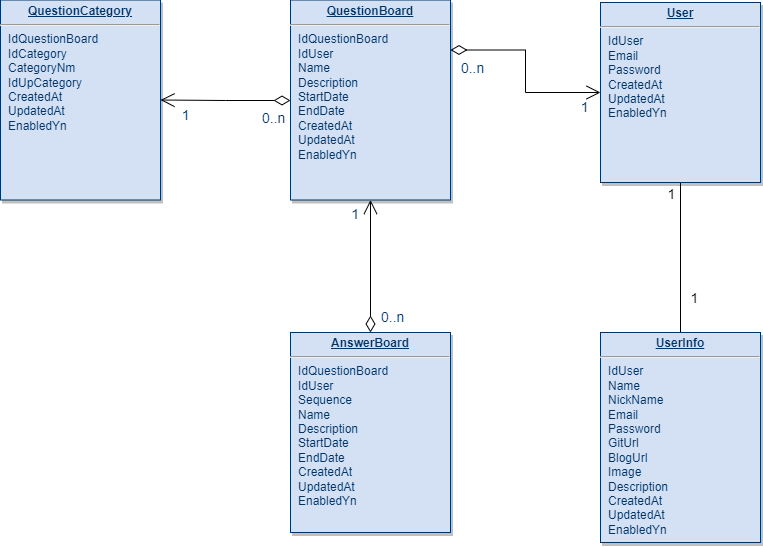
younlll/developer-community-site-project keeps this draw.io diagram as image/Developer_Community_ERD.png. Above is the earlier version. Source tidied: cells renumbered, new cells last; positions are measured from the earlier drawing's top-left corner, leaving out a move shared by most shapes. Source of this version:
```xml
<mxGraphModel>
  <root>
    <mxCell id="0" />
    <mxCell id="1" parent="0" />
    <mxCell id="2" style="edgeStyle=orthogonalEdgeStyle;rounded=0;jettySize=auto;html=1;fontSize=14;endArrow=none;endFill=0;" parent="1" edge="1" source="5" target="14">
      <mxGeometry relative="1" as="geometry" />
    </mxCell>
    <mxCell id="3" value="1" style="edgeLabel;html=1;align=center;verticalAlign=middle;fontSize=14;" parent="2" vertex="1">
      <mxGeometry x="-0.71" relative="1" as="geometry">
        <mxPoint x="-10" y="-10" as="offset" />
      </mxGeometry>
    </mxCell>
    <mxCell id="4" value="1" style="edgeLabel;html=1;align=center;verticalAlign=middle;fontSize=14;" parent="2" vertex="1">
      <mxGeometry x="0.67" relative="1" as="geometry">
        <mxPoint x="13" y="-10" as="offset" />
      </mxGeometry>
    </mxCell>
    <mxCell id="5" value="&lt;p style=&quot;margin: 0px ; margin-top: 4px ; text-align: center ; text-decoration: underline&quot;&gt;&lt;strong&gt;User&lt;/strong&gt;&lt;/p&gt;&lt;hr&gt;&lt;p style=&quot;margin: 0px ; margin-left: 8px&quot;&gt;IdUser&lt;/p&gt;&lt;p style=&quot;margin: 0px ; margin-left: 8px&quot;&gt;&lt;span&gt;Email&lt;/span&gt;&lt;/p&gt;&lt;p style=&quot;margin: 0px ; margin-left: 8px&quot;&gt;Password&lt;/p&gt;&lt;p style=&quot;margin: 0px ; margin-left: 8px&quot;&gt;CreatedAt&lt;/p&gt;&lt;p style=&quot;margin: 0px ; margin-left: 8px&quot;&gt;UpdatedAt&lt;/p&gt;&lt;p style=&quot;margin: 0px ; margin-left: 8px&quot;&gt;EnabledYn&lt;/p&gt;" style="verticalAlign=top;align=left;overflow=fill;fontSize=12;fontFamily=Helvetica;html=1;strokeColor=#003366;shadow=1;fillColor=#D4E1F5;fontColor=#003366;" parent="1" vertex="1">
      <mxGeometry x="600" y="2" width="160" height="180" as="geometry" />
    </mxCell>
    <mxCell id="6" value="&lt;p style=&quot;margin: 0px ; margin-top: 4px ; text-align: center ; text-decoration: underline&quot;&gt;&lt;strong&gt;QuestionBoard&lt;/strong&gt;&lt;/p&gt;&lt;hr&gt;&lt;p style=&quot;margin: 0px ; margin-left: 8px&quot;&gt;IdQuestionBoard&lt;/p&gt;&lt;p style=&quot;margin: 0px ; margin-left: 8px&quot;&gt;IdUser&lt;/p&gt;&lt;p style=&quot;margin: 0px ; margin-left: 8px&quot;&gt;Name&lt;/p&gt;&lt;p style=&quot;margin: 0px ; margin-left: 8px&quot;&gt;Description&lt;/p&gt;&lt;p style=&quot;margin: 0px ; margin-left: 8px&quot;&gt;StartDate&lt;/p&gt;&lt;p style=&quot;margin: 0px ; margin-left: 8px&quot;&gt;EndDate&lt;/p&gt;&lt;p style=&quot;margin: 0px ; margin-left: 8px&quot;&gt;CreatedAt&lt;/p&gt;&lt;p style=&quot;margin: 0px ; margin-left: 8px&quot;&gt;UpdatedAt&lt;/p&gt;&lt;p style=&quot;margin: 0px ; margin-left: 8px&quot;&gt;EnabledYn&lt;/p&gt;" style="verticalAlign=top;align=left;overflow=fill;fontSize=12;fontFamily=Helvetica;html=1;strokeColor=#003366;shadow=1;fillColor=#D4E1F5;fontColor=#003366;" parent="1" vertex="1">
      <mxGeometry x="290" y="-0.5" width="160" height="200" as="geometry" />
    </mxCell>
    <mxCell id="7" style="endArrow=open;endSize=12;startArrow=diamondThin;startSize=14;startFill=0;edgeStyle=orthogonalEdgeStyle;exitX=1;exitY=0.25;rounded=0;" parent="1" edge="1" source="6" target="5">
      <mxGeometry x="769.4" y="450" as="geometry" />
    </mxCell>
    <mxCell id="8" value="0..n" style="align=left;verticalAlign=top;labelBackgroundColor=#ffffff;fontSize=14;strokeColor=#003366;shadow=1;fillColor=#D4E1F5;fontColor=#003366;" parent="7" vertex="1">
      <mxGeometry x="-1" relative="1" as="geometry">
        <mxPoint x="8.9" y="3" as="offset" />
      </mxGeometry>
    </mxCell>
    <mxCell id="9" value="1" style="align=right;verticalAlign=top;labelBackgroundColor=#ffffff;fontSize=14;strokeColor=#003366;shadow=1;fillColor=#D4E1F5;fontColor=#003366;" parent="7" vertex="1">
      <mxGeometry x="1" relative="1" as="geometry">
        <mxPoint x="-10" as="offset" />
      </mxGeometry>
    </mxCell>
    <mxCell id="10" value="&lt;p style=&quot;margin: 0px ; margin-top: 4px ; text-align: center ; text-decoration: underline&quot;&gt;&lt;strong&gt;AnswerBoard&lt;/strong&gt;&lt;/p&gt;&lt;hr&gt;&lt;p style=&quot;margin: 0px ; margin-left: 8px&quot;&gt;IdQuestionBoard&lt;/p&gt;&lt;p style=&quot;margin: 0px ; margin-left: 8px&quot;&gt;IdUser&lt;/p&gt;&lt;p style=&quot;margin: 0px ; margin-left: 8px&quot;&gt;Sequence&lt;/p&gt;&lt;p style=&quot;margin: 0px ; margin-left: 8px&quot;&gt;Name&lt;/p&gt;&lt;p style=&quot;margin: 0px ; margin-left: 8px&quot;&gt;Description&lt;/p&gt;&lt;p style=&quot;margin: 0px ; margin-left: 8px&quot;&gt;StartDate&lt;/p&gt;&lt;p style=&quot;margin: 0px ; margin-left: 8px&quot;&gt;EndDate&lt;/p&gt;&lt;p style=&quot;margin: 0px ; margin-left: 8px&quot;&gt;CreatedAt&lt;/p&gt;&lt;p style=&quot;margin: 0px ; margin-left: 8px&quot;&gt;UpdatedAt&lt;/p&gt;&lt;p style=&quot;margin: 0px ; margin-left: 8px&quot;&gt;EnabledYn&lt;/p&gt;" style="verticalAlign=top;align=left;overflow=fill;fontSize=12;fontFamily=Helvetica;html=1;strokeColor=#003366;shadow=1;fillColor=#D4E1F5;fontColor=#003366;" parent="1" vertex="1">
      <mxGeometry x="290" y="332" width="160" height="200" as="geometry" />
    </mxCell>
    <mxCell id="11" style="endArrow=open;endSize=12;startArrow=diamondThin;startSize=14;startFill=0;edgeStyle=orthogonalEdgeStyle;rounded=0;exitX=0.5;exitY=0;exitDx=0;exitDy=0;" parent="1" edge="1" source="10" target="6">
      <mxGeometry x="749.4" y="752.5" as="geometry">
        <Array as="points">
          <mxPoint x="370" y="332" />
          <mxPoint x="370" y="332" />
        </Array>
      </mxGeometry>
    </mxCell>
    <mxCell id="12" value="0..n" style="align=left;verticalAlign=top;labelBackgroundColor=#ffffff;fontSize=14;strokeColor=#003366;shadow=1;fillColor=#D4E1F5;fontColor=#003366;" parent="11" vertex="1">
      <mxGeometry x="-1" relative="1" as="geometry">
        <mxPoint x="9" y="-30" as="offset" />
      </mxGeometry>
    </mxCell>
    <mxCell id="13" value="1" style="align=right;verticalAlign=top;labelBackgroundColor=#ffffff;fontSize=14;strokeColor=#003366;shadow=1;fillColor=#D4E1F5;fontColor=#003366;" parent="11" vertex="1">
      <mxGeometry x="1" relative="1" as="geometry">
        <mxPoint x="-10" as="offset" />
      </mxGeometry>
    </mxCell>
    <mxCell id="14" value="&lt;p style=&quot;margin: 0px ; margin-top: 4px ; text-align: center ; text-decoration: underline&quot;&gt;&lt;strong&gt;UserInfo&lt;/strong&gt;&lt;/p&gt;&lt;hr&gt;&lt;p style=&quot;margin: 0px ; margin-left: 8px&quot;&gt;IdUser&lt;/p&gt;&lt;p style=&quot;margin: 0px ; margin-left: 8px&quot;&gt;Name&lt;/p&gt;&lt;p style=&quot;margin: 0px ; margin-left: 8px&quot;&gt;NickName&lt;br&gt;&lt;/p&gt;&lt;p style=&quot;margin: 0px ; margin-left: 8px&quot;&gt;Email&lt;/p&gt;&lt;p style=&quot;margin: 0px ; margin-left: 8px&quot;&gt;Password&lt;/p&gt;&lt;p style=&quot;margin: 0px ; margin-left: 8px&quot;&gt;GitUrl&lt;/p&gt;&lt;p style=&quot;margin: 0px ; margin-left: 8px&quot;&gt;BlogUrl&lt;/p&gt;&lt;p style=&quot;margin: 0px ; margin-left: 8px&quot;&gt;Image&lt;/p&gt;&lt;p style=&quot;margin: 0px ; margin-left: 8px&quot;&gt;Description&lt;/p&gt;&lt;p style=&quot;margin: 0px ; margin-left: 8px&quot;&gt;CreatedAt&lt;/p&gt;&lt;p style=&quot;margin: 0px ; margin-left: 8px&quot;&gt;UpdatedAt&lt;/p&gt;&lt;p style=&quot;margin: 0px ; margin-left: 8px&quot;&gt;EnabledYn&lt;/p&gt;" style="verticalAlign=top;align=left;overflow=fill;fontSize=12;fontFamily=Helvetica;html=1;strokeColor=#003366;shadow=1;fillColor=#D4E1F5;fontColor=#003366;" parent="1" vertex="1">
      <mxGeometry x="600" y="332" width="160" height="210" as="geometry" />
    </mxCell>
    <mxCell id="15" value="&lt;p style=&quot;margin: 0px ; margin-top: 4px ; text-align: center ; text-decoration: underline&quot;&gt;&lt;strong&gt;QuestionCategory&lt;/strong&gt;&lt;/p&gt;&lt;hr&gt;&lt;p style=&quot;margin: 0px ; margin-left: 8px&quot;&gt;IdQuestionBoard&lt;/p&gt;&lt;p style=&quot;margin: 0px ; margin-left: 8px&quot;&gt;IdCategory&lt;/p&gt;&lt;p style=&quot;margin: 0px ; margin-left: 8px&quot;&gt;CategoryNm&lt;/p&gt;&lt;p style=&quot;margin: 0px ; margin-left: 8px&quot;&gt;IdUpCategory&lt;/p&gt;&lt;p style=&quot;margin: 0px ; margin-left: 8px&quot;&gt;CreatedAt&lt;/p&gt;&lt;p style=&quot;margin: 0px ; margin-left: 8px&quot;&gt;UpdatedAt&lt;/p&gt;&lt;p style=&quot;margin: 0px ; margin-left: 8px&quot;&gt;EnabledYn&lt;/p&gt;" style="verticalAlign=top;align=left;overflow=fill;fontSize=12;fontFamily=Helvetica;html=1;strokeColor=#003366;shadow=1;fillColor=#D4E1F5;fontColor=#003366;" parent="1" vertex="1">
      <mxGeometry y="-0.5" width="160" height="200" as="geometry" />
    </mxCell>
    <mxCell id="16" style="endArrow=open;endSize=12;startArrow=diamondThin;startSize=14;startFill=0;edgeStyle=orthogonalEdgeStyle;rounded=0;" parent="1" edge="1" target="15">
      <mxGeometry x="779.4" y="460" as="geometry">
        <mxPoint x="290" y="100" as="sourcePoint" />
      </mxGeometry>
    </mxCell>
    <mxCell id="17" value="0..n" style="align=left;verticalAlign=top;labelBackgroundColor=#ffffff;fontSize=14;strokeColor=#003366;shadow=1;fillColor=#D4E1F5;fontColor=#003366;" parent="16" vertex="1">
      <mxGeometry x="-1" relative="1" as="geometry">
        <mxPoint x="-30" y="3" as="offset" />
      </mxGeometry>
    </mxCell>
    <mxCell id="18" value="1" style="align=right;verticalAlign=top;labelBackgroundColor=#ffffff;fontSize=14;strokeColor=#003366;shadow=1;fillColor=#D4E1F5;fontColor=#003366;" parent="16" vertex="1">
      <mxGeometry x="1" relative="1" as="geometry">
        <mxPoint x="30" as="offset" />
      </mxGeometry>
    </mxCell>
  </root>
</mxGraphModel>
```
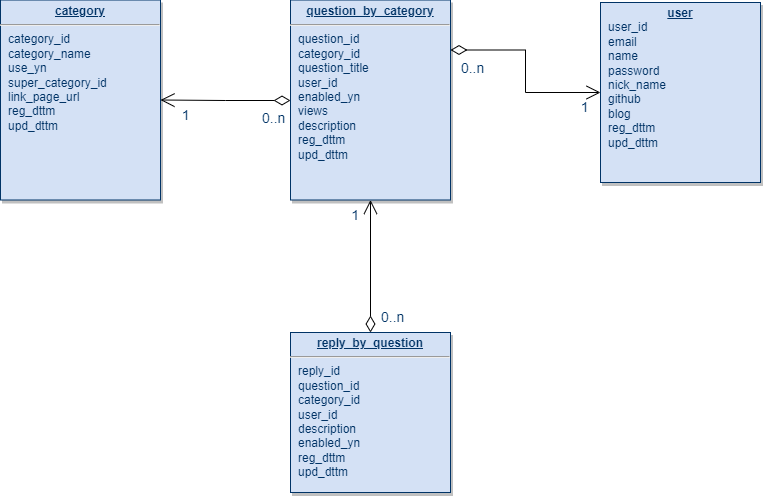
The same diagram one commit later.

Change to the diagram source:
```diff
@@ -2,23 +2,10 @@
   <root>
     <mxCell id="0" />
     <mxCell id="1" parent="0" />
-    <mxCell id="2" style="edgeStyle=orthogonalEdgeStyle;rounded=0;jettySize=auto;html=1;fontSize=14;endArrow=none;endFill=0;" parent="1" edge="1" source="5" target="14">
-      <mxGeometry relative="1" as="geometry" />
-    </mxCell>
-    <mxCell id="3" value="1" style="edgeLabel;html=1;align=center;verticalAlign=middle;fontSize=14;" parent="2" vertex="1">
-      <mxGeometry x="-0.71" relative="1" as="geometry">
-        <mxPoint x="-10" y="-10" as="offset" />
-      </mxGeometry>
-    </mxCell>
-    <mxCell id="4" value="1" style="edgeLabel;html=1;align=center;verticalAlign=middle;fontSize=14;" parent="2" vertex="1">
-      <mxGeometry x="0.67" relative="1" as="geometry">
-        <mxPoint x="13" y="-10" as="offset" />
-      </mxGeometry>
-    </mxCell>
-    <mxCell id="5" value="&lt;p style=&quot;margin: 0px ; margin-top: 4px ; text-align: center ; text-decoration: underline&quot;&gt;&lt;strong&gt;User&lt;/strong&gt;&lt;/p&gt;&lt;hr&gt;&lt;p style=&quot;margin: 0px ; margin-left: 8px&quot;&gt;IdUser&lt;/p&gt;&lt;p style=&quot;margin: 0px ; margin-left: 8px&quot;&gt;&lt;span&gt;Email&lt;/span&gt;&lt;/p&gt;&lt;p style=&quot;margin: 0px ; margin-left: 8px&quot;&gt;Password&lt;/p&gt;&lt;p style=&quot;margin: 0px ; margin-left: 8px&quot;&gt;CreatedAt&lt;/p&gt;&lt;p style=&quot;margin: 0px ; margin-left: 8px&quot;&gt;UpdatedAt&lt;/p&gt;&lt;p style=&quot;margin: 0px ; margin-left: 8px&quot;&gt;EnabledYn&lt;/p&gt;" style="verticalAlign=top;align=left;overflow=fill;fontSize=12;fontFamily=Helvetica;html=1;strokeColor=#003366;shadow=1;fillColor=#D4E1F5;fontColor=#003366;" parent="1" vertex="1">
+    <mxCell id="5" value="&lt;p style=&quot;margin: 0px ; margin-top: 4px ; text-align: center ; text-decoration: underline&quot;&gt;&lt;strong&gt;user&lt;/strong&gt;&lt;/p&gt;&lt;p style=&quot;margin: 0px ; margin-left: 8px&quot;&gt;user_id&lt;/p&gt;&lt;p style=&quot;margin: 0px ; margin-left: 8px&quot;&gt;email&lt;/p&gt;&lt;p style=&quot;margin: 0px ; margin-left: 8px&quot;&gt;name&lt;/p&gt;&lt;p style=&quot;margin: 0px ; margin-left: 8px&quot;&gt;password&lt;/p&gt;&lt;p style=&quot;margin: 0px ; margin-left: 8px&quot;&gt;nick_name&lt;/p&gt;&lt;p style=&quot;margin: 0px ; margin-left: 8px&quot;&gt;github&lt;/p&gt;&lt;p style=&quot;margin: 0px ; margin-left: 8px&quot;&gt;blog&lt;/p&gt;&lt;p style=&quot;margin: 0px ; margin-left: 8px&quot;&gt;reg_dttm&lt;/p&gt;&lt;p style=&quot;margin: 0px ; margin-left: 8px&quot;&gt;upd_dttm&lt;/p&gt;" style="verticalAlign=top;align=left;overflow=fill;fontSize=12;fontFamily=Helvetica;html=1;strokeColor=#003366;shadow=1;fillColor=#D4E1F5;fontColor=#003366;" parent="1" vertex="1">
       <mxGeometry x="600" y="2" width="160" height="180" as="geometry" />
     </mxCell>
-    <mxCell id="6" value="&lt;p style=&quot;margin: 0px ; margin-top: 4px ; text-align: center ; text-decoration: underline&quot;&gt;&lt;strong&gt;QuestionBoard&lt;/strong&gt;&lt;/p&gt;&lt;hr&gt;&lt;p style=&quot;margin: 0px ; margin-left: 8px&quot;&gt;IdQuestionBoard&lt;/p&gt;&lt;p style=&quot;margin: 0px ; margin-left: 8px&quot;&gt;IdUser&lt;/p&gt;&lt;p style=&quot;margin: 0px ; margin-left: 8px&quot;&gt;Name&lt;/p&gt;&lt;p style=&quot;margin: 0px ; margin-left: 8px&quot;&gt;Description&lt;/p&gt;&lt;p style=&quot;margin: 0px ; margin-left: 8px&quot;&gt;StartDate&lt;/p&gt;&lt;p style=&quot;margin: 0px ; margin-left: 8px&quot;&gt;EndDate&lt;/p&gt;&lt;p style=&quot;margin: 0px ; margin-left: 8px&quot;&gt;CreatedAt&lt;/p&gt;&lt;p style=&quot;margin: 0px ; margin-left: 8px&quot;&gt;UpdatedAt&lt;/p&gt;&lt;p style=&quot;margin: 0px ; margin-left: 8px&quot;&gt;EnabledYn&lt;/p&gt;" style="verticalAlign=top;align=left;overflow=fill;fontSize=12;fontFamily=Helvetica;html=1;strokeColor=#003366;shadow=1;fillColor=#D4E1F5;fontColor=#003366;" parent="1" vertex="1">
+    <mxCell id="6" value="&lt;p style=&quot;margin: 0px ; margin-top: 4px ; text-align: center ; text-decoration: underline&quot;&gt;&lt;b&gt;question_by_category&lt;/b&gt;&lt;/p&gt;&lt;hr&gt;&lt;p style=&quot;margin: 0px ; margin-left: 8px&quot;&gt;question_id&lt;/p&gt;&lt;p style=&quot;margin: 0px ; margin-left: 8px&quot;&gt;category_id&lt;/p&gt;&lt;p style=&quot;margin: 0px ; margin-left: 8px&quot;&gt;question_title&lt;/p&gt;&lt;p style=&quot;margin: 0px ; margin-left: 8px&quot;&gt;user_id&lt;/p&gt;&lt;p style=&quot;margin: 0px ; margin-left: 8px&quot;&gt;enabled_yn&lt;/p&gt;&lt;p style=&quot;margin: 0px ; margin-left: 8px&quot;&gt;views&lt;/p&gt;&lt;p style=&quot;margin: 0px ; margin-left: 8px&quot;&gt;description&lt;/p&gt;&lt;p style=&quot;margin: 0px ; margin-left: 8px&quot;&gt;reg_dttm&lt;/p&gt;&lt;p style=&quot;margin: 0px ; margin-left: 8px&quot;&gt;upd_dttm&lt;/p&gt;" style="verticalAlign=top;align=left;overflow=fill;fontSize=12;fontFamily=Helvetica;html=1;strokeColor=#003366;shadow=1;fillColor=#D4E1F5;fontColor=#003366;" parent="1" vertex="1">
       <mxGeometry x="290" y="-0.5" width="160" height="200" as="geometry" />
     </mxCell>
     <mxCell id="7" style="endArrow=open;endSize=12;startArrow=diamondThin;startSize=14;startFill=0;edgeStyle=orthogonalEdgeStyle;exitX=1;exitY=0.25;rounded=0;" parent="1" edge="1" source="6" target="5">
@@ -34,8 +21,8 @@
         <mxPoint x="-10" as="offset" />
       </mxGeometry>
     </mxCell>
-    <mxCell id="10" value="&lt;p style=&quot;margin: 0px ; margin-top: 4px ; text-align: center ; text-decoration: underline&quot;&gt;&lt;strong&gt;AnswerBoard&lt;/strong&gt;&lt;/p&gt;&lt;hr&gt;&lt;p style=&quot;margin: 0px ; margin-left: 8px&quot;&gt;IdQuestionBoard&lt;/p&gt;&lt;p style=&quot;margin: 0px ; margin-left: 8px&quot;&gt;IdUser&lt;/p&gt;&lt;p style=&quot;margin: 0px ; margin-left: 8px&quot;&gt;Sequence&lt;/p&gt;&lt;p style=&quot;margin: 0px ; margin-left: 8px&quot;&gt;Name&lt;/p&gt;&lt;p style=&quot;margin: 0px ; margin-left: 8px&quot;&gt;Description&lt;/p&gt;&lt;p style=&quot;margin: 0px ; margin-left: 8px&quot;&gt;StartDate&lt;/p&gt;&lt;p style=&quot;margin: 0px ; margin-left: 8px&quot;&gt;EndDate&lt;/p&gt;&lt;p style=&quot;margin: 0px ; margin-left: 8px&quot;&gt;CreatedAt&lt;/p&gt;&lt;p style=&quot;margin: 0px ; margin-left: 8px&quot;&gt;UpdatedAt&lt;/p&gt;&lt;p style=&quot;margin: 0px ; margin-left: 8px&quot;&gt;EnabledYn&lt;/p&gt;" style="verticalAlign=top;align=left;overflow=fill;fontSize=12;fontFamily=Helvetica;html=1;strokeColor=#003366;shadow=1;fillColor=#D4E1F5;fontColor=#003366;" parent="1" vertex="1">
-      <mxGeometry x="290" y="332" width="160" height="200" as="geometry" />
+    <mxCell id="10" value="&lt;p style=&quot;margin: 0px ; margin-top: 4px ; text-align: center ; text-decoration: underline&quot;&gt;&lt;strong&gt;reply_by_question&lt;/strong&gt;&lt;/p&gt;&lt;hr&gt;&lt;p style=&quot;margin: 0px ; margin-left: 8px&quot;&gt;reply_id&lt;/p&gt;&lt;p style=&quot;margin: 0px ; margin-left: 8px&quot;&gt;question_id&lt;/p&gt;&lt;p style=&quot;margin: 0px ; margin-left: 8px&quot;&gt;category_id&lt;/p&gt;&lt;p style=&quot;margin: 0px ; margin-left: 8px&quot;&gt;user_id&lt;/p&gt;&lt;p style=&quot;margin: 0px ; margin-left: 8px&quot;&gt;description&lt;/p&gt;&lt;p style=&quot;margin: 0px ; margin-left: 8px&quot;&gt;enabled_yn&lt;/p&gt;&lt;p style=&quot;margin: 0px ; margin-left: 8px&quot;&gt;reg_dttm&lt;/p&gt;&lt;p style=&quot;margin: 0px ; margin-left: 8px&quot;&gt;upd_dttm&lt;/p&gt;" style="verticalAlign=top;align=left;overflow=fill;fontSize=12;fontFamily=Helvetica;html=1;strokeColor=#003366;shadow=1;fillColor=#D4E1F5;fontColor=#003366;" parent="1" vertex="1">
+      <mxGeometry x="290" y="332" width="160" height="160" as="geometry" />
     </mxCell>
     <mxCell id="11" style="endArrow=open;endSize=12;startArrow=diamondThin;startSize=14;startFill=0;edgeStyle=orthogonalEdgeStyle;rounded=0;exitX=0.5;exitY=0;exitDx=0;exitDy=0;" parent="1" edge="1" source="10" target="6">
       <mxGeometry x="749.4" y="752.5" as="geometry">
@@ -55,10 +42,7 @@
         <mxPoint x="-10" as="offset" />
       </mxGeometry>
     </mxCell>
-    <mxCell id="14" value="&lt;p style=&quot;margin: 0px ; margin-top: 4px ; text-align: center ; text-decoration: underline&quot;&gt;&lt;strong&gt;UserInfo&lt;/strong&gt;&lt;/p&gt;&lt;hr&gt;&lt;p style=&quot;margin: 0px ; margin-left: 8px&quot;&gt;IdUser&lt;/p&gt;&lt;p style=&quot;margin: 0px ; margin-left: 8px&quot;&gt;Name&lt;/p&gt;&lt;p style=&quot;margin: 0px ; margin-left: 8px&quot;&gt;NickName&lt;br&gt;&lt;/p&gt;&lt;p style=&quot;margin: 0px ; margin-left: 8px&quot;&gt;Email&lt;/p&gt;&lt;p style=&quot;margin: 0px ; margin-left: 8px&quot;&gt;Password&lt;/p&gt;&lt;p style=&quot;margin: 0px ; margin-left: 8px&quot;&gt;GitUrl&lt;/p&gt;&lt;p style=&quot;margin: 0px ; margin-left: 8px&quot;&gt;BlogUrl&lt;/p&gt;&lt;p style=&quot;margin: 0px ; margin-left: 8px&quot;&gt;Image&lt;/p&gt;&lt;p style=&quot;margin: 0px ; margin-left: 8px&quot;&gt;Description&lt;/p&gt;&lt;p style=&quot;margin: 0px ; margin-left: 8px&quot;&gt;CreatedAt&lt;/p&gt;&lt;p style=&quot;margin: 0px ; margin-left: 8px&quot;&gt;UpdatedAt&lt;/p&gt;&lt;p style=&quot;margin: 0px ; margin-left: 8px&quot;&gt;EnabledYn&lt;/p&gt;" style="verticalAlign=top;align=left;overflow=fill;fontSize=12;fontFamily=Helvetica;html=1;strokeColor=#003366;shadow=1;fillColor=#D4E1F5;fontColor=#003366;" parent="1" vertex="1">
-      <mxGeometry x="600" y="332" width="160" height="210" as="geometry" />
-    </mxCell>
-    <mxCell id="15" value="&lt;p style=&quot;margin: 0px ; margin-top: 4px ; text-align: center ; text-decoration: underline&quot;&gt;&lt;strong&gt;QuestionCategory&lt;/strong&gt;&lt;/p&gt;&lt;hr&gt;&lt;p style=&quot;margin: 0px ; margin-left: 8px&quot;&gt;IdQuestionBoard&lt;/p&gt;&lt;p style=&quot;margin: 0px ; margin-left: 8px&quot;&gt;IdCategory&lt;/p&gt;&lt;p style=&quot;margin: 0px ; margin-left: 8px&quot;&gt;CategoryNm&lt;/p&gt;&lt;p style=&quot;margin: 0px ; margin-left: 8px&quot;&gt;IdUpCategory&lt;/p&gt;&lt;p style=&quot;margin: 0px ; margin-left: 8px&quot;&gt;CreatedAt&lt;/p&gt;&lt;p style=&quot;margin: 0px ; margin-left: 8px&quot;&gt;UpdatedAt&lt;/p&gt;&lt;p style=&quot;margin: 0px ; margin-left: 8px&quot;&gt;EnabledYn&lt;/p&gt;" style="verticalAlign=top;align=left;overflow=fill;fontSize=12;fontFamily=Helvetica;html=1;strokeColor=#003366;shadow=1;fillColor=#D4E1F5;fontColor=#003366;" parent="1" vertex="1">
+    <mxCell id="15" value="&lt;p style=&quot;margin: 0px ; margin-top: 4px ; text-align: center ; text-decoration: underline&quot;&gt;&lt;strong&gt;category&lt;/strong&gt;&lt;/p&gt;&lt;hr&gt;&lt;p style=&quot;margin: 0px ; margin-left: 8px&quot;&gt;category_id&lt;/p&gt;&lt;p style=&quot;margin: 0px ; margin-left: 8px&quot;&gt;category_name&lt;/p&gt;&lt;p style=&quot;margin: 0px ; margin-left: 8px&quot;&gt;use_yn&lt;/p&gt;&lt;p style=&quot;margin: 0px ; margin-left: 8px&quot;&gt;super_category_id&lt;/p&gt;&lt;p style=&quot;margin: 0px ; margin-left: 8px&quot;&gt;link_page_url&lt;/p&gt;&lt;p style=&quot;margin: 0px ; margin-left: 8px&quot;&gt;reg_dttm&lt;/p&gt;&lt;p style=&quot;margin: 0px ; margin-left: 8px&quot;&gt;upd_dttm&lt;/p&gt;" style="verticalAlign=top;align=left;overflow=fill;fontSize=12;fontFamily=Helvetica;html=1;strokeColor=#003366;shadow=1;fillColor=#D4E1F5;fontColor=#003366;" parent="1" vertex="1">
       <mxGeometry y="-0.5" width="160" height="200" as="geometry" />
     </mxCell>
     <mxCell id="16" style="endArrow=open;endSize=12;startArrow=diamondThin;startSize=14;startFill=0;edgeStyle=orthogonalEdgeStyle;rounded=0;" parent="1" edge="1" target="15">
```
